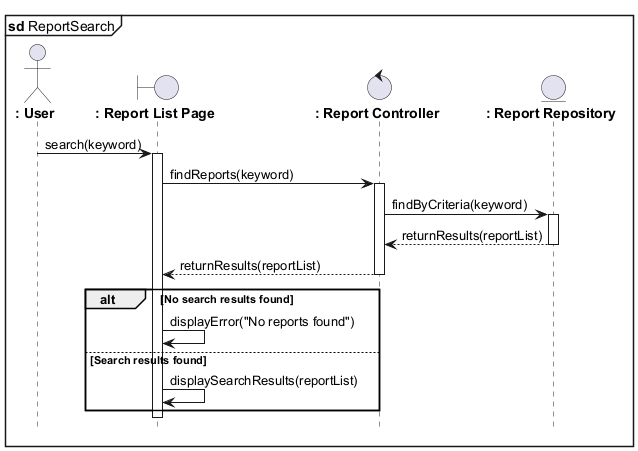
This is out/cari_report.png from azrappp/learning_uml2.0_pmul, a PlantUML export, as it was before one commit.
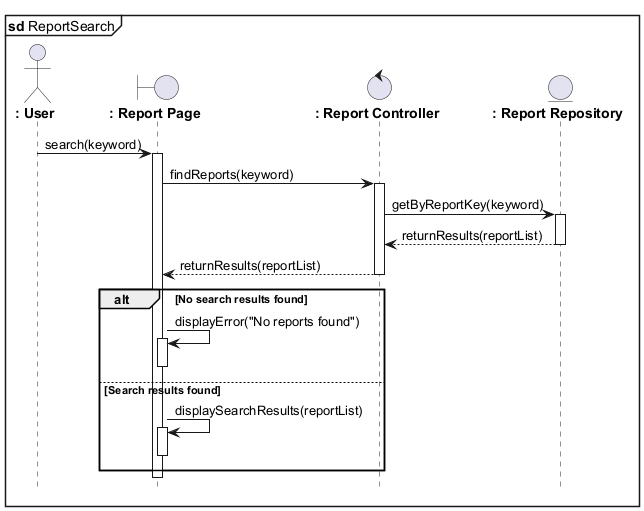
After the change.

The edit, as a diff of the source:
```diff
@@ -3,7 +3,7 @@
 hide footbox
 
 actor "**: User**" as User
-boundary "**: Report List Page**" as ReportListPage
+boundary "**: Report Page**" as ReportListPage
 control "**: Report Controller**" as ReportController
 entity "**: Report Repository**" as ReportRepository
 
@@ -13,7 +13,7 @@
 ReportListPage -> ReportController : findReports(keyword)
 activate ReportController
 
-ReportController -> ReportRepository : findByCriteria(keyword)
+ReportController -> ReportRepository : getByReportKey(keyword)
 activate ReportRepository
 ReportRepository --> ReportController : returnResults(reportList)
 deactivate ReportRepository
@@ -23,8 +23,12 @@
 
 alt No search results found
     ReportListPage -> ReportListPage : displayError("No reports found")
+    activate ReportListPage
+    deactivate ReportListPage
 else Search results found
     ReportListPage -> ReportListPage : displaySearchResults(reportList)
+    activate ReportListPage
+    deactivate ReportListPage
 end
 
 deactivate ReportListPage
```
